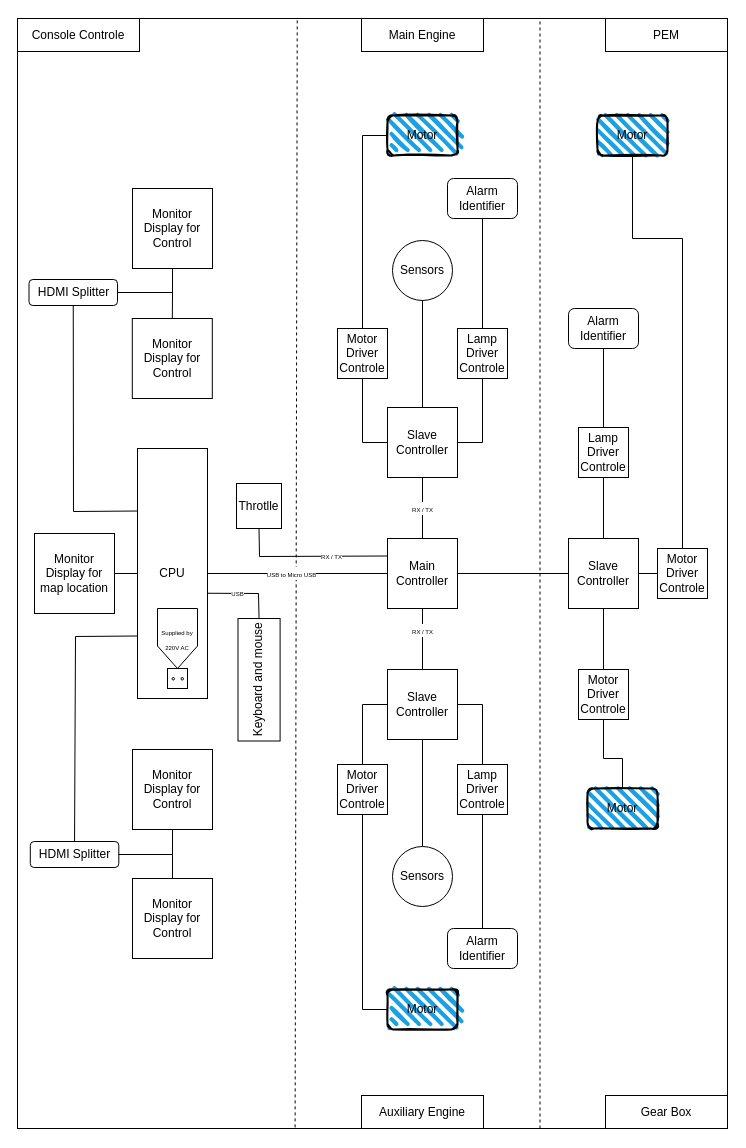
Dimasariza/AIG_simulator keeps this draw.io diagram as Jalur Instalasi Simulator.drawio. Above is the earlier version. Source tidied: cells renumbered, new cells numbered last; positions are measured from the earlier drawing's top-left corner, leaving out a move shared by most shapes. Both pictures are drawn from the tidied source at 100%, with x=0, y=0 at pixel (17, 18).
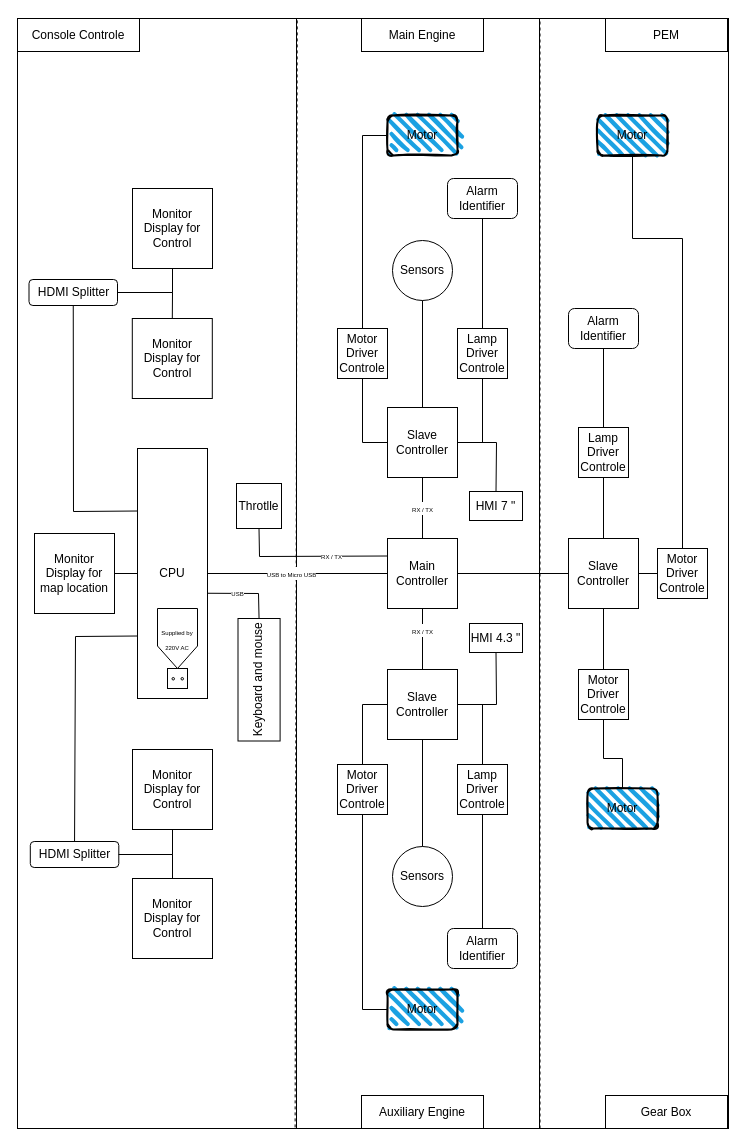
After the change.

Unchanged cells that the change refers to:
```xml
<mxCell id="7" value="Slave Controller" style="whiteSpace=wrap;html=1;" parent="1" vertex="1">
  <mxGeometry x="370" y="389" width="70" height="70" as="geometry" />
</mxCell>
<mxCell id="8" value="Slave Controller" style="whiteSpace=wrap;html=1;" parent="1" vertex="1">
  <mxGeometry x="370" y="651" width="70" height="70" as="geometry" />
</mxCell>
```

Change to the diagram source:
```diff
@@
-    <mxCell id="2" style="rounded=0;whiteSpace=wrap;html=1;" parent="1" vertex="1">
+    <mxCell id="2" value="&lt;br&gt;" style="rounded=0;whiteSpace=wrap;html=1;" parent="1" vertex="1">
       <mxGeometry width="710" height="1110" as="geometry" />
     </mxCell>
+    <mxCell id="80" style="rounded=0;whiteSpace=wrap;html=1;fontSize=11;" parent="1" vertex="1">
+      <mxGeometry x="522" width="189" height="1110" as="geometry" />
+    </mxCell>
+    <mxCell id="81" style="rounded=0;whiteSpace=wrap;html=1;fontSize=11;" parent="1" vertex="1">
+      <mxGeometry x="279" y="555" width="243" height="555" as="geometry" />
+    </mxCell>
+    <mxCell id="82" style="rounded=0;whiteSpace=wrap;html=1;fontSize=11;" parent="1" vertex="1">
+      <mxGeometry width="279" height="1110" as="geometry" />
+    </mxCell>
+    <mxCell id="83" style="rounded=0;whiteSpace=wrap;html=1;fontSize=11;" parent="1" vertex="1">
+      <mxGeometry x="279" width="243" height="555" as="geometry" />
+    </mxCell>
@@
+    <mxCell id="84" value="HMI 7 &quot;" style="rounded=0;whiteSpace=wrap;html=1;" parent="1" vertex="1">
+      <mxGeometry x="452" y="473" width="53" height="29" as="geometry" />
+    </mxCell>
+    <mxCell id="85" style="endArrow=none;html=1;rounded=0;exitX=1;exitY=0.5;exitDx=0;exitDy=0;entryX=0.5;entryY=0;entryDx=0;entryDy=0;" parent="1" edge="1" source="7" target="84">
+      <mxGeometry relative="1" as="geometry">
+        <Array as="points">
+          <mxPoint x="479" y="424" />
+        </Array>
+      </mxGeometry>
+    </mxCell>
+    <mxCell id="86" value="HMI 4.3 &quot;" style="rounded=0;whiteSpace=wrap;html=1;" parent="1" vertex="1">
+      <mxGeometry x="452" y="605" width="53" height="29" as="geometry" />
+    </mxCell>
+    <mxCell id="87" style="endArrow=none;html=1;rounded=0;exitX=1;exitY=0.5;exitDx=0;exitDy=0;entryX=0.5;entryY=1;entryDx=0;entryDy=0;" parent="1" edge="1" source="8" target="86">
+      <mxGeometry relative="1" as="geometry">
+        <Array as="points">
+          <mxPoint x="479" y="686" />
+        </Array>
+      </mxGeometry>
+    </mxCell>
```
